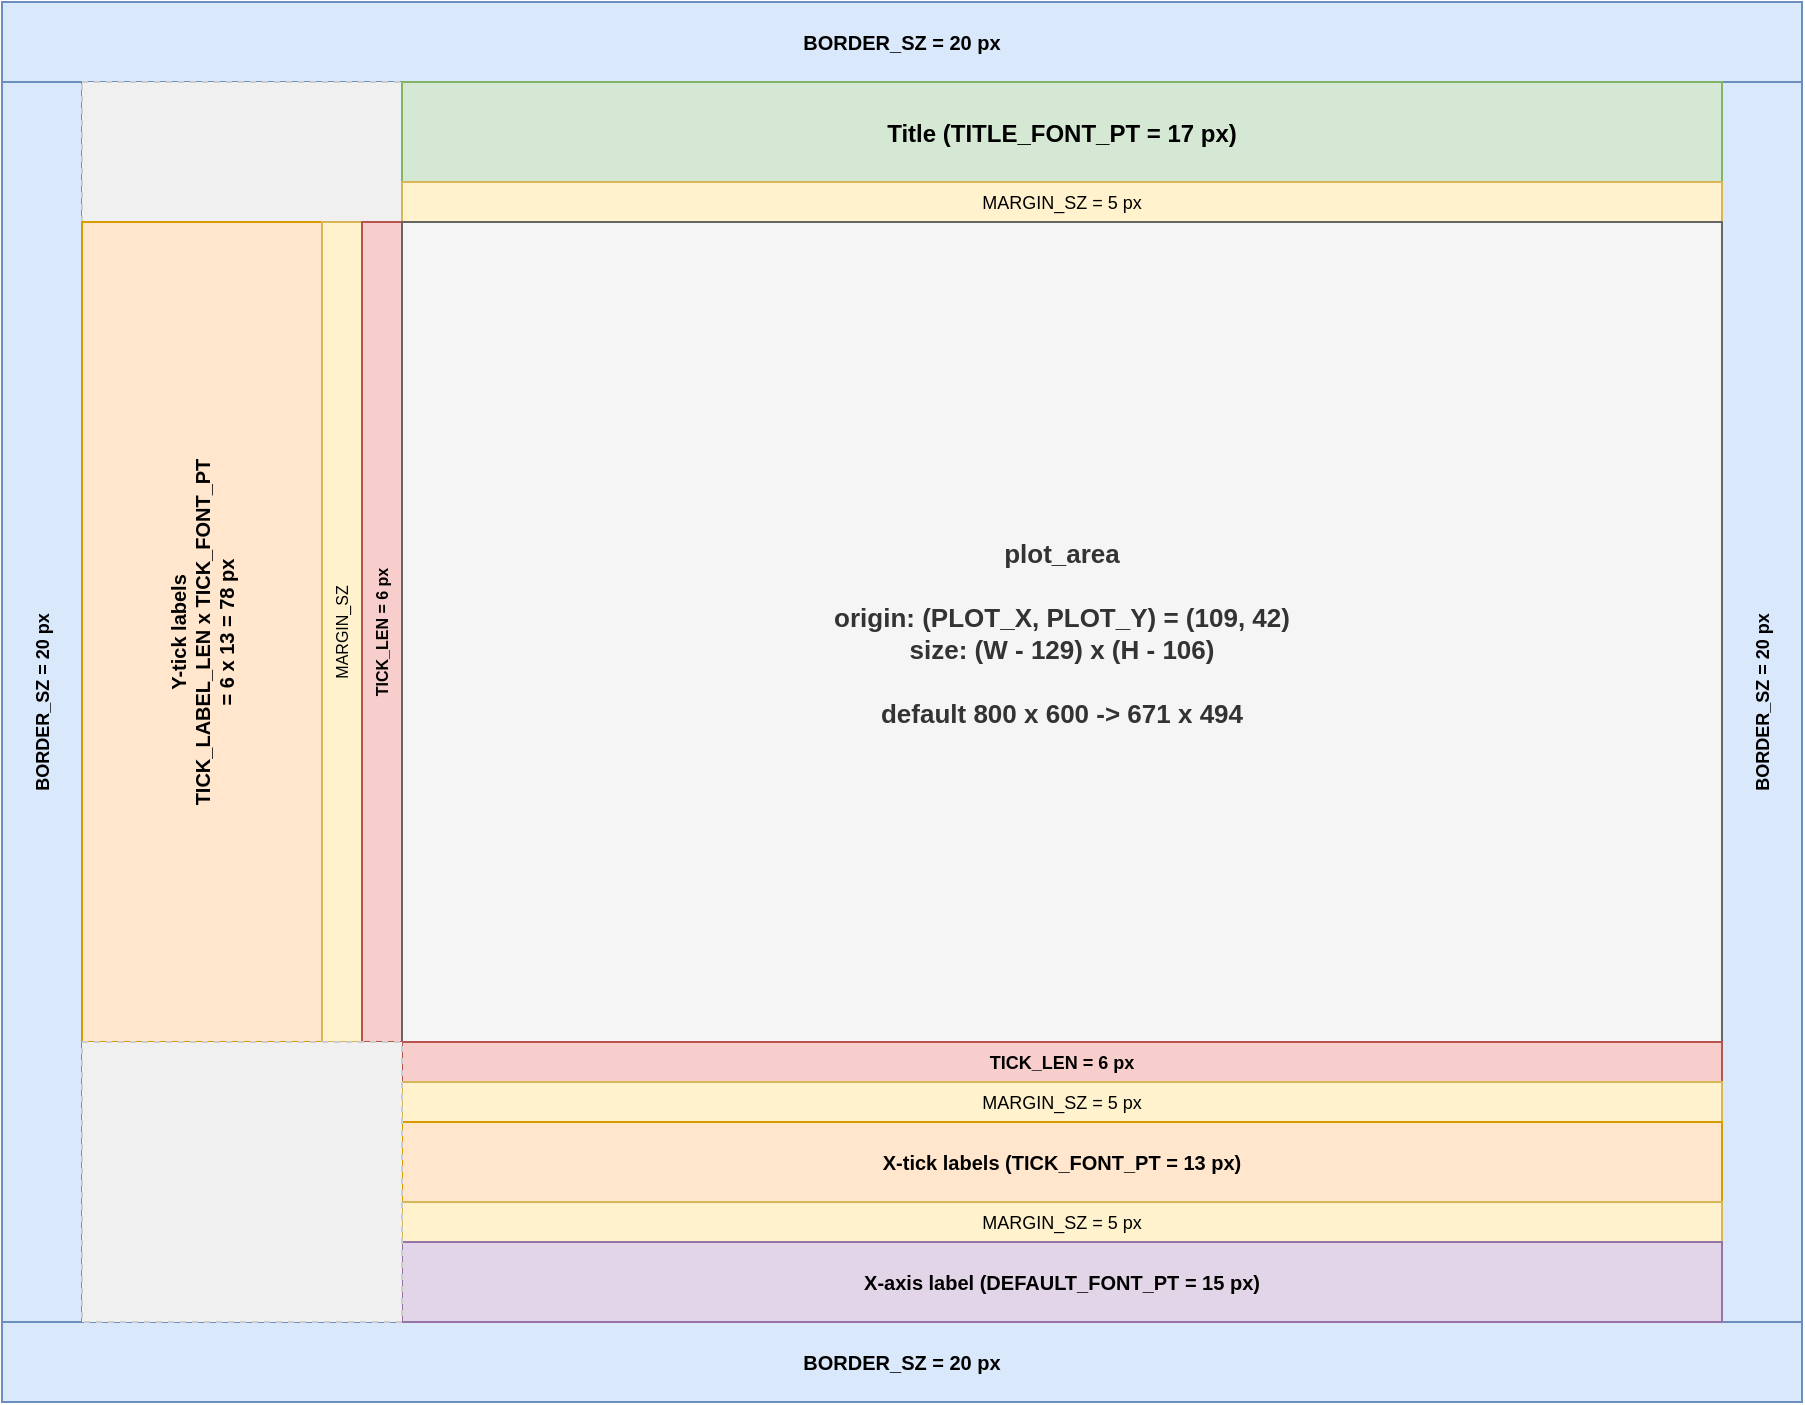
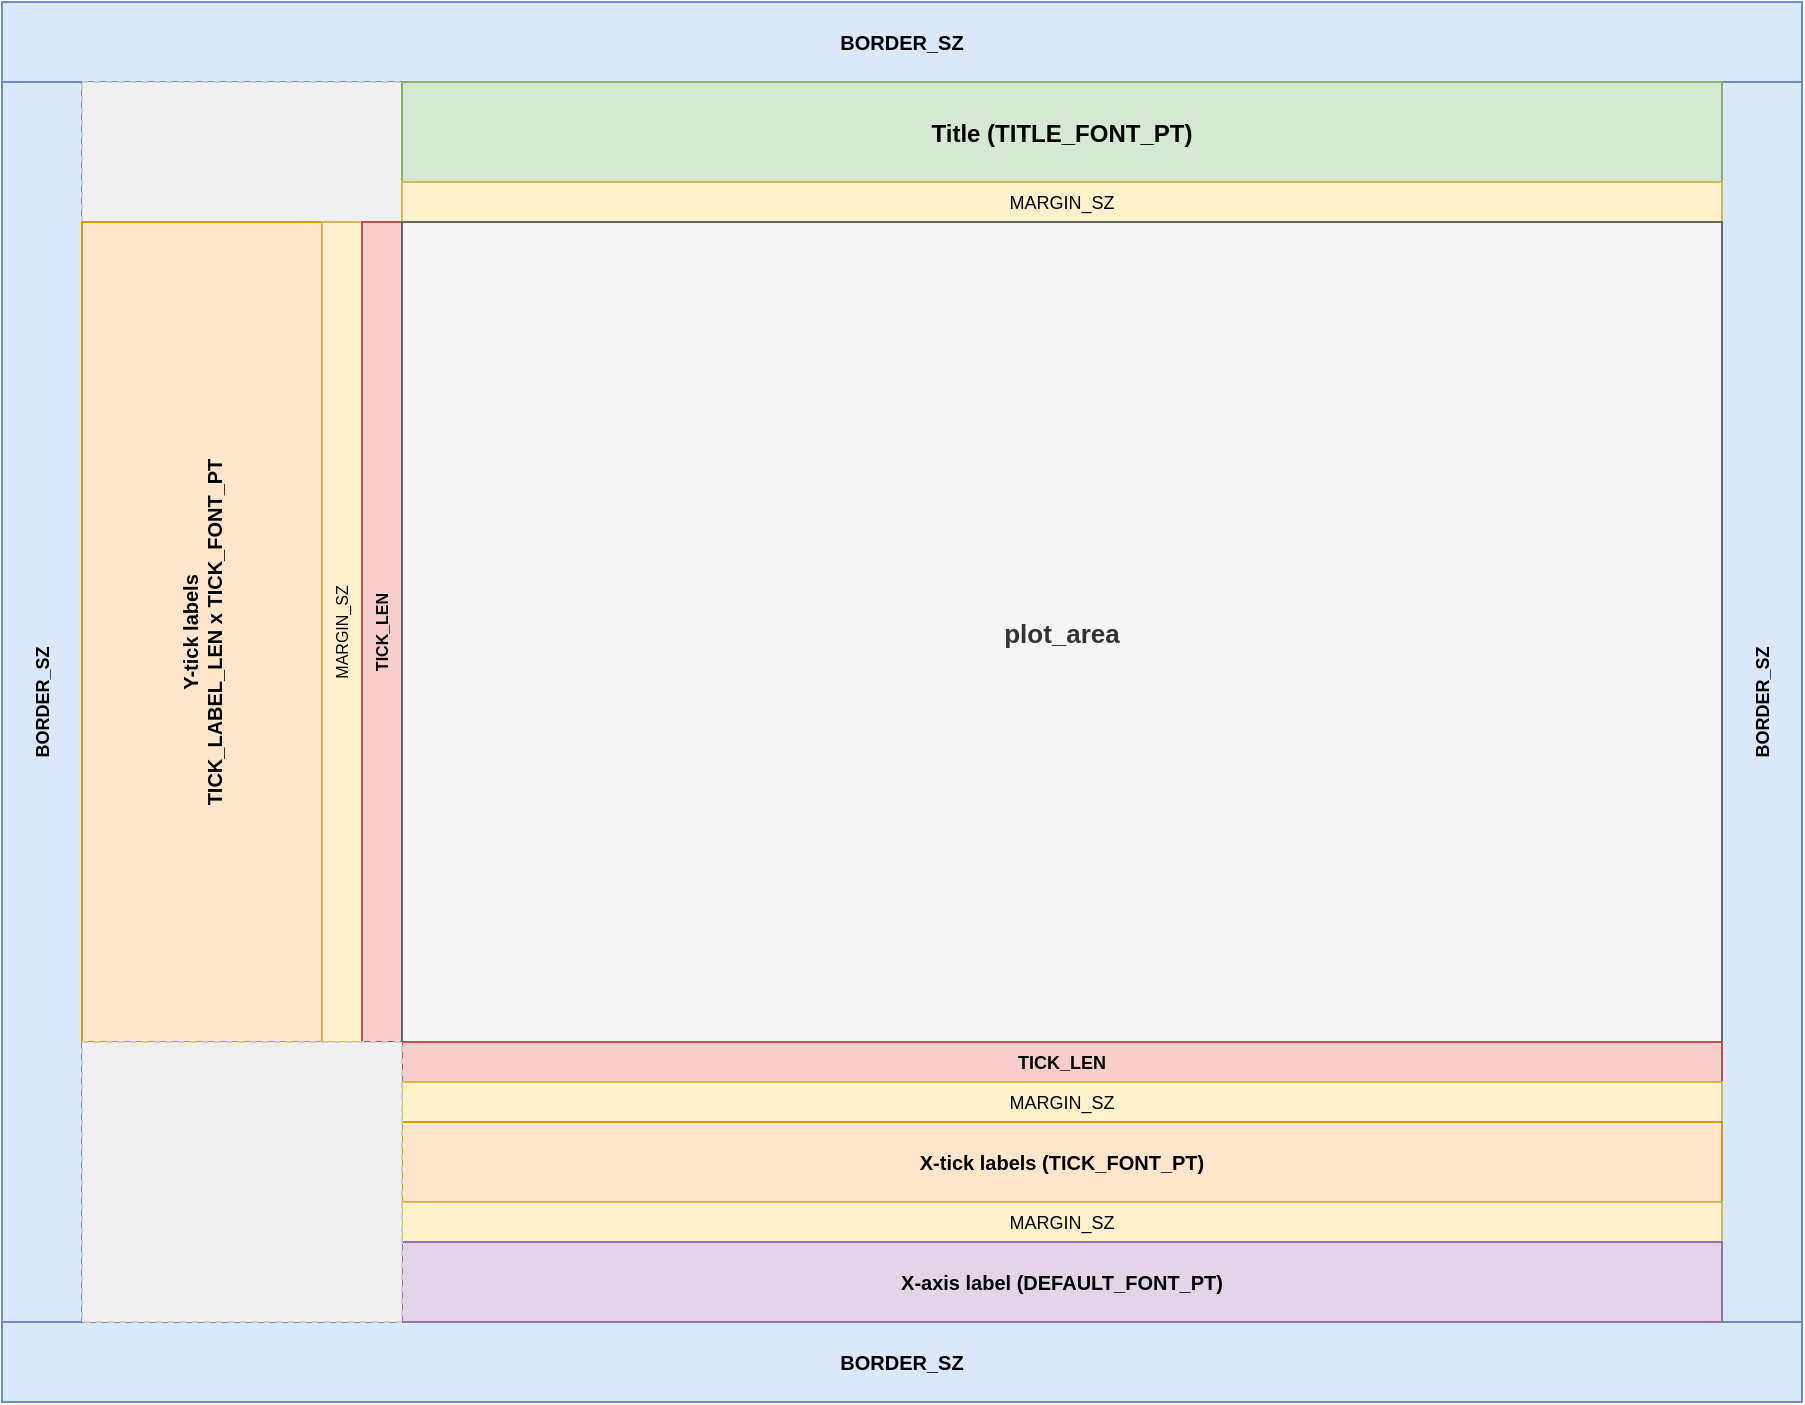
- <mxfile host="app.diagrams.net" version="24.0.0">
-   <diagram id="window-layout" name="Window Layout">
-     <mxGraphModel dx="1200" dy="800" grid="0" gridSize="10" guides="1" tooltips="1" connect="0" arrows="0" fold="0" page="0" pageScale="1" pageWidth="900" pageHeight="700" math="0" shadow="0">
-       <root>
-         <mxCell id="0" />
-         <mxCell id="1" parent="0" />
- 
-         <!-- Top border (full width) -->
-         <mxCell id="2" value="BORDER_SZ = 20 px" style="fillColor=#dae8fc;strokeColor=#6c8ebf;fontStyle=1;fontSize=10;" vertex="1" parent="1">
-           <mxGeometry x="0" y="0" width="900" height="40" as="geometry" />
-         </mxCell>
- 
-         <!-- Bottom border (full width) -->
-         <mxCell id="3" value="BORDER_SZ = 20 px" style="fillColor=#dae8fc;strokeColor=#6c8ebf;fontStyle=1;fontSize=10;" vertex="1" parent="1">
-           <mxGeometry x="0" y="660" width="900" height="40" as="geometry" />
-         </mxCell>
- 
-         <!-- Left border -->
-         <mxCell id="4" value="BORDER_SZ = 20 px" style="fillColor=#dae8fc;strokeColor=#6c8ebf;fontStyle=1;fontSize=9;horizontal=0;" vertex="1" parent="1">
-           <mxGeometry x="0" y="40" width="40" height="620" as="geometry" />
-         </mxCell>
- 
-         <!-- Right border -->
-         <mxCell id="5" value="BORDER_SZ = 20 px" style="fillColor=#dae8fc;strokeColor=#6c8ebf;fontStyle=1;fontSize=9;horizontal=0;" vertex="1" parent="1">
-           <mxGeometry x="860" y="40" width="40" height="620" as="geometry" />
-         </mxCell>
- 
-         <!-- Upper-left filler (above Y-tick columns) -->
-         <mxCell id="18" value="" style="fillColor=#f0f0f0;strokeColor=#cccccc;dashed=1;" vertex="1" parent="1">
-           <mxGeometry x="40" y="40" width="160" height="70" as="geometry" />
-         </mxCell>
- 
-         <!-- Title bar -->
-         <mxCell id="6" value="Title  (TITLE_FONT_PT = 17 px)" style="fillColor=#d5e8d4;strokeColor=#82b366;fontStyle=1;fontSize=12;" vertex="1" parent="1">
-           <mxGeometry x="200" y="40" width="660" height="50" as="geometry" />
-         </mxCell>
- 
-         <!-- Title-to-plot gap -->
-         <mxCell id="7" value="MARGIN_SZ = 5 px" style="fillColor=#fff2cc;strokeColor=#d6b656;fontSize=9;" vertex="1" parent="1">
-           <mxGeometry x="200" y="90" width="660" height="20" as="geometry" />
-         </mxCell>
- 
-         <!-- Y-tick label column -->
-         <mxCell id="8" value="Y-tick labels&#xa;TICK_LABEL_LEN x TICK_FONT_PT&#xa;= 6 x 13 = 78 px" style="fillColor=#ffe6cc;strokeColor=#d79b00;fontStyle=1;fontSize=10;horizontal=0;" vertex="1" parent="1">
-           <mxGeometry x="40" y="110" width="120" height="410" as="geometry" />
-         </mxCell>
- 
-         <!-- Y-tick gap -->
-         <mxCell id="9" value="MARGIN_SZ" style="fillColor=#fff2cc;strokeColor=#d6b656;fontSize=8;horizontal=0;" vertex="1" parent="1">
-           <mxGeometry x="160" y="110" width="20" height="410" as="geometry" />
-         </mxCell>
- 
-         <!-- Y-tick marks column -->
-         <mxCell id="10" value="TICK_LEN = 6 px" style="fillColor=#f8cecc;strokeColor=#b85450;fontStyle=1;fontSize=8;horizontal=0;" vertex="1" parent="1">
-           <mxGeometry x="180" y="110" width="20" height="410" as="geometry" />
-         </mxCell>
- 
-         <!-- plot_area -->
-         <mxCell id="11" value="plot_area&#xa;&#xa;origin: (PLOT_X, PLOT_Y) = (109, 42)&#xa;size:   (W - 129) x (H - 106)&#xa;&#xa;default 800 x 600  -&gt;  671 x 494" style="fillColor=#f5f5f5;strokeColor=#666666;fontColor=#333333;fontStyle=1;fontSize=13;" vertex="1" parent="1">
-           <mxGeometry x="200" y="110" width="660" height="410" as="geometry" />
-         </mxCell>
- 
-         <!-- X-tick marks row -->
-         <mxCell id="12" value="TICK_LEN = 6 px" style="fillColor=#f8cecc;strokeColor=#b85450;fontStyle=1;fontSize=9;" vertex="1" parent="1">
-           <mxGeometry x="200" y="520" width="660" height="20" as="geometry" />
-         </mxCell>
- 
-         <!-- X-tick gap -->
-         <mxCell id="13" value="MARGIN_SZ = 5 px" style="fillColor=#fff2cc;strokeColor=#d6b656;fontSize=9;" vertex="1" parent="1">
-           <mxGeometry x="200" y="540" width="660" height="20" as="geometry" />
-         </mxCell>
- 
-         <!-- X-tick labels row -->
-         <mxCell id="14" value="X-tick labels  (TICK_FONT_PT = 13 px)" style="fillColor=#ffe6cc;strokeColor=#d79b00;fontStyle=1;fontSize=10;" vertex="1" parent="1">
-           <mxGeometry x="200" y="560" width="660" height="40" as="geometry" />
-         </mxCell>
- 
-         <!-- X-axis label gap -->
-         <mxCell id="15" value="MARGIN_SZ = 5 px" style="fillColor=#fff2cc;strokeColor=#d6b656;fontSize=9;" vertex="1" parent="1">
-           <mxGeometry x="200" y="600" width="660" height="20" as="geometry" />
-         </mxCell>
- 
-         <!-- X-axis label row -->
-         <mxCell id="16" value="X-axis label  (DEFAULT_FONT_PT = 15 px)" style="fillColor=#e1d5e7;strokeColor=#9673a6;fontStyle=1;fontSize=10;" vertex="1" parent="1">
-           <mxGeometry x="200" y="620" width="660" height="40" as="geometry" />
-         </mxCell>
- 
-         <!-- Lower-left background (below Y-tick column, left of X-axis zones) -->
-         <mxCell id="17" value="" style="fillColor=#f0f0f0;strokeColor=#cccccc;dashed=1;" vertex="1" parent="1">
-           <mxGeometry x="40" y="520" width="160" height="140" as="geometry" />
-         </mxCell>
-       </root>
-     </mxGraphModel>
-   </diagram>
- </mxfile>
+ <mxfile host="65bd71144e">
+     <diagram id="window-layout" name="Window Layout">
+         <mxGraphModel dx="1512" dy="519" grid="0" gridSize="10" guides="1" tooltips="1" connect="0" arrows="0" fold="0" page="0" pageScale="1" pageWidth="900" pageHeight="700" math="0" shadow="0">
+             <root>
+                 <mxCell id="0"/>
+                 <mxCell id="1" parent="0"/>
+                 <mxCell id="2" value="BORDER_SZ" style="fillColor=#dae8fc;strokeColor=#6c8ebf;fontStyle=1;fontSize=10;" parent="1" vertex="1">
+                     <mxGeometry width="900" height="40" as="geometry"/>
+                 </mxCell>
+                 <mxCell id="3" value="BORDER_SZ" style="fillColor=#dae8fc;strokeColor=#6c8ebf;fontStyle=1;fontSize=10;" parent="1" vertex="1">
+                     <mxGeometry y="660" width="900" height="40" as="geometry"/>
+                 </mxCell>
+                 <mxCell id="4" value="BORDER_SZ" style="fillColor=#dae8fc;strokeColor=#6c8ebf;fontStyle=1;fontSize=9;horizontal=0;" parent="1" vertex="1">
+                     <mxGeometry y="40" width="40" height="620" as="geometry"/>
+                 </mxCell>
+                 <mxCell id="5" value="BORDER_SZ" style="fillColor=#dae8fc;strokeColor=#6c8ebf;fontStyle=1;fontSize=9;horizontal=0;" parent="1" vertex="1">
+                     <mxGeometry x="860" y="40" width="40" height="620" as="geometry"/>
+                 </mxCell>
+                 <mxCell id="18" value="" style="fillColor=#f0f0f0;strokeColor=#cccccc;dashed=1;" parent="1" vertex="1">
+                     <mxGeometry x="40" y="40" width="160" height="70" as="geometry"/>
+                 </mxCell>
+                 <mxCell id="6" value="Title  (TITLE_FONT_PT)" style="fillColor=#d5e8d4;strokeColor=#82b366;fontStyle=1;fontSize=12;" parent="1" vertex="1">
+                     <mxGeometry x="200" y="40" width="660" height="50" as="geometry"/>
+                 </mxCell>
+                 <mxCell id="7" value="MARGIN_SZ" style="fillColor=#fff2cc;strokeColor=#d6b656;fontSize=9;" parent="1" vertex="1">
+                     <mxGeometry x="200" y="90" width="660" height="20" as="geometry"/>
+                 </mxCell>
+                 <mxCell id="8" value="Y-tick labels&#xa;TICK_LABEL_LEN x TICK_FONT_PT" style="fillColor=#ffe6cc;strokeColor=#d79b00;fontStyle=1;fontSize=10;horizontal=0;" parent="1" vertex="1">
+                     <mxGeometry x="40" y="110" width="120" height="410" as="geometry"/>
+                 </mxCell>
+                 <mxCell id="9" value="MARGIN_SZ" style="fillColor=#fff2cc;strokeColor=#d6b656;fontSize=8;horizontal=0;" parent="1" vertex="1">
+                     <mxGeometry x="160" y="110" width="20" height="410" as="geometry"/>
+                 </mxCell>
+                 <mxCell id="10" value="TICK_LEN" style="fillColor=#f8cecc;strokeColor=#b85450;fontStyle=1;fontSize=8;horizontal=0;" parent="1" vertex="1">
+                     <mxGeometry x="180" y="110" width="20" height="410" as="geometry"/>
+                 </mxCell>
+                 <mxCell id="11" value="plot_area" style="fillColor=#f5f5f5;strokeColor=#666666;fontColor=#333333;fontStyle=1;fontSize=13;" parent="1" vertex="1">
+                     <mxGeometry x="200" y="110" width="660" height="410" as="geometry"/>
+                 </mxCell>
+                 <mxCell id="12" value="TICK_LEN" style="fillColor=#f8cecc;strokeColor=#b85450;fontStyle=1;fontSize=9;" parent="1" vertex="1">
+                     <mxGeometry x="200" y="520" width="660" height="20" as="geometry"/>
+                 </mxCell>
+                 <mxCell id="13" value="MARGIN_SZ" style="fillColor=#fff2cc;strokeColor=#d6b656;fontSize=9;" parent="1" vertex="1">
+                     <mxGeometry x="200" y="540" width="660" height="20" as="geometry"/>
+                 </mxCell>
+                 <mxCell id="14" value="X-tick labels  (TICK_FONT_PT)" style="fillColor=#ffe6cc;strokeColor=#d79b00;fontStyle=1;fontSize=10;" parent="1" vertex="1">
+                     <mxGeometry x="200" y="560" width="660" height="40" as="geometry"/>
+                 </mxCell>
+                 <mxCell id="15" value="MARGIN_SZ" style="fillColor=#fff2cc;strokeColor=#d6b656;fontSize=9;" parent="1" vertex="1">
+                     <mxGeometry x="200" y="600" width="660" height="20" as="geometry"/>
+                 </mxCell>
+                 <mxCell id="16" value="X-axis label  (DEFAULT_FONT_PT)" style="fillColor=#e1d5e7;strokeColor=#9673a6;fontStyle=1;fontSize=10;" parent="1" vertex="1">
+                     <mxGeometry x="200" y="620" width="660" height="40" as="geometry"/>
+                 </mxCell>
+                 <mxCell id="17" value="" style="fillColor=#f0f0f0;strokeColor=#cccccc;dashed=1;" parent="1" vertex="1">
+                     <mxGeometry x="40" y="520" width="160" height="140" as="geometry"/>
+                 </mxCell>
+             </root>
+         </mxGraphModel>
+     </diagram>
+ </mxfile>